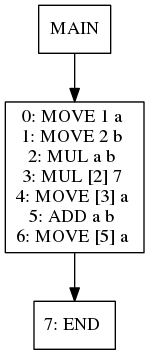
Above: viz/test021.dot.png in jiahanwang/PL241-Compiler (Graphviz), before the change. Its source is kept beside it as viz/test021.dot.
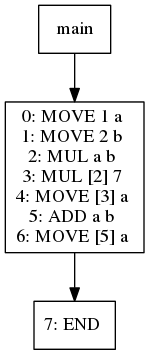
Above is the later version.

The edit, as a diff of the source:
```diff
@@ -1,8 +1,8 @@
 digraph test021 {
 node [shape=box]
-1[label="MAIN"]
-1 -> 3
-3[label="0: MOVE 1 a
+383[label="main"]
+383 -> 385
+385[label="0: MOVE 1 a
 1: MOVE 2 b
 2: MUL a b
 3: MUL [2] 7
@@ -10,7 +10,7 @@
 5: ADD a b
 6: MOVE [5] a
 "]
-3 -> 7
-7[label="7: END
+385 -> 389
+389[label="7: END
 "]
 }
```
